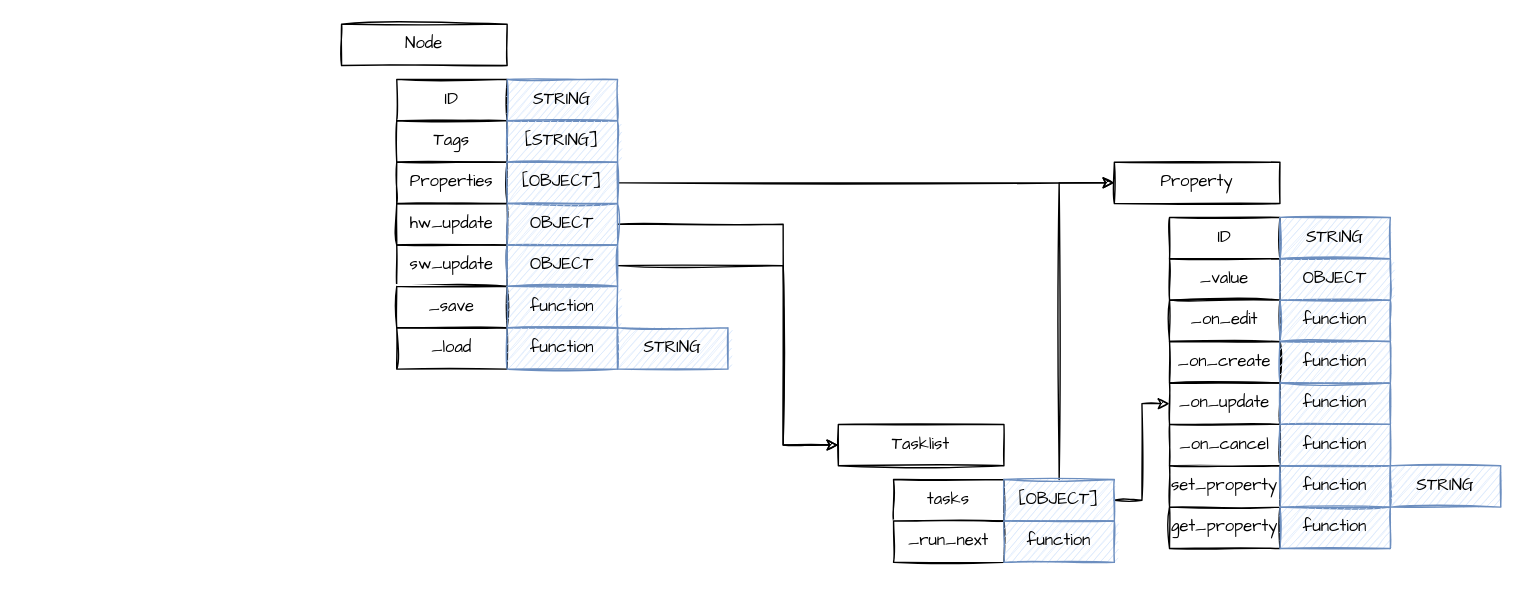
Before: empire/Untitled Diagram.drawio in empire-ai/EmpireNode, a draw.io diagram. Source tidied: cells renumbered, new cells numbered last; positions are measured from the earlier drawing's top-left corner, leaving out a move shared by most shapes. Both pictures are drawn from the tidied source at 138%, with x=0, y=0 at pixel (341, 23).
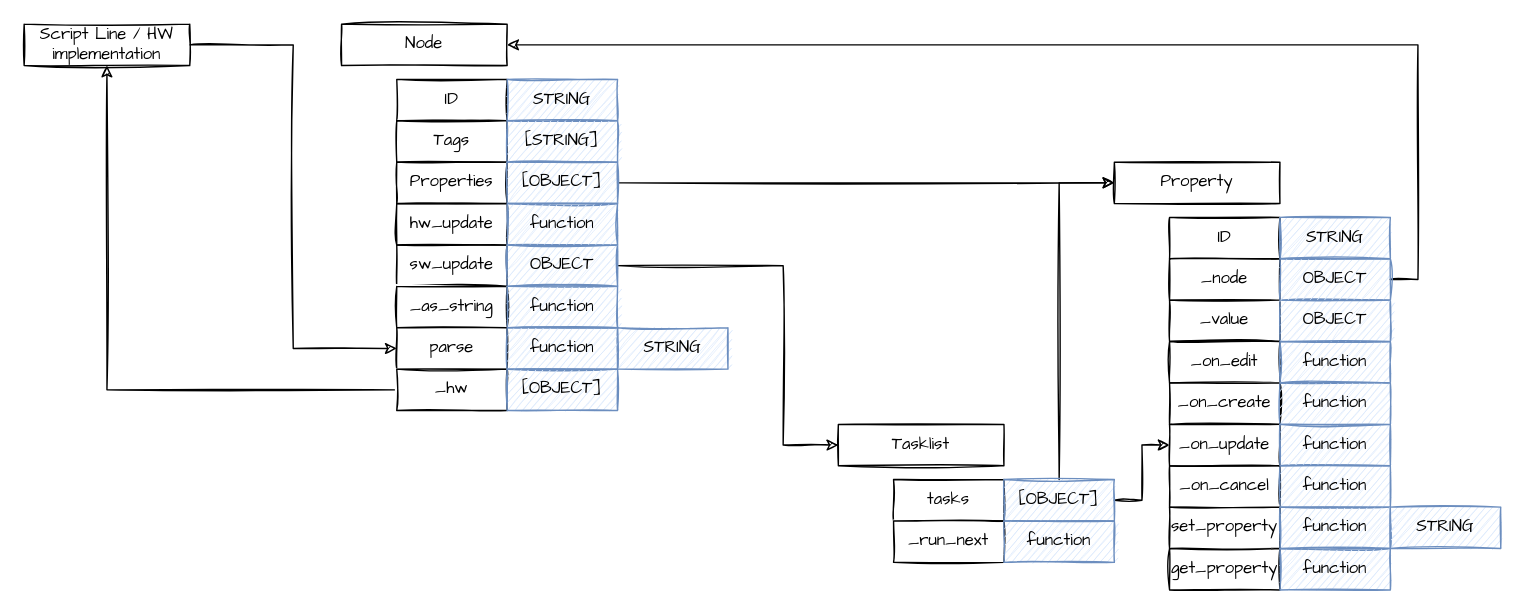
The same diagram, later.

The change refers to these unchanged cells:
```xml
<mxCell id="2" value="Node" style="rounded=0;whiteSpace=wrap;html=1;sketch=1;fontFamily=Architects Daughter;" parent="1" vertex="1">
  <mxGeometry width="120" height="30" as="geometry" />
</mxCell>
<mxCell id="32" value="Tasklist" style="rounded=0;whiteSpace=wrap;html=1;sketch=1;fontFamily=Architects Daughter;" parent="1" vertex="1">
  <mxGeometry x="360" y="290" width="120" height="30" as="geometry" />
</mxCell>
```

What changed in the source:
```diff
@@
     <mxCell id="12" value="_value" style="rounded=0;whiteSpace=wrap;html=1;sketch=1;fontFamily=Architects Daughter;" parent="1" vertex="1">
-      <mxGeometry x="600" y="170" width="80" height="30" as="geometry" />
+      <mxGeometry x="600" y="200" width="80" height="30" as="geometry" />
     </mxCell>
@@
     <mxCell id="14" value="OBJECT" style="rounded=0;whiteSpace=wrap;html=1;sketch=1;fontFamily=Architects Daughter;fillColor=#dae8fc;strokeColor=#6c8ebf;" parent="1" vertex="1">
-      <mxGeometry x="680" y="170" width="80" height="30" as="geometry" />
+      <mxGeometry x="680" y="200" width="80" height="30" as="geometry" />
     </mxCell>
     <mxCell id="15" value="_on_edit" style="rounded=0;whiteSpace=wrap;html=1;sketch=1;fontFamily=Architects Daughter;" parent="1" vertex="1">
-      <mxGeometry x="600" y="200" width="80" height="30" as="geometry" />
+      <mxGeometry x="600" y="230" width="80" height="30" as="geometry" />
     </mxCell>
     <mxCell id="16" value="function" style="rounded=0;whiteSpace=wrap;html=1;sketch=1;fontFamily=Architects Daughter;fillColor=#dae8fc;strokeColor=#6c8ebf;" parent="1" vertex="1">
-      <mxGeometry x="680" y="200" width="80" height="30" as="geometry" />
+      <mxGeometry x="680" y="230" width="80" height="30" as="geometry" />
     </mxCell>
     <mxCell id="17" value="_on_create" style="rounded=0;whiteSpace=wrap;html=1;sketch=1;fontFamily=Architects Daughter;" parent="1" vertex="1">
-      <mxGeometry x="600" y="230" width="80" height="30" as="geometry" />
+      <mxGeometry x="600" y="260" width="80" height="30" as="geometry" />
     </mxCell>
     <mxCell id="18" value="function" style="rounded=0;whiteSpace=wrap;html=1;sketch=1;fontFamily=Architects Daughter;fillColor=#dae8fc;strokeColor=#6c8ebf;" parent="1" vertex="1">
-      <mxGeometry x="680" y="230" width="80" height="30" as="geometry" />
+      <mxGeometry x="680" y="260" width="80" height="30" as="geometry" />
     </mxCell>
     <mxCell id="19" value="_on_cancel" style="rounded=0;whiteSpace=wrap;html=1;sketch=1;fontFamily=Architects Daughter;" parent="1" vertex="1">
-      <mxGeometry x="600" y="290" width="80" height="30" as="geometry" />
+      <mxGeometry x="600" y="320" width="80" height="30" as="geometry" />
     </mxCell>
     <mxCell id="20" value="function" style="rounded=0;whiteSpace=wrap;html=1;sketch=1;fontFamily=Architects Daughter;fillColor=#dae8fc;strokeColor=#6c8ebf;" parent="1" vertex="1">
-      <mxGeometry x="680" y="290" width="80" height="30" as="geometry" />
+      <mxGeometry x="680" y="320" width="80" height="30" as="geometry" />
     </mxCell>
     <mxCell id="21" value="set_property" style="rounded=0;whiteSpace=wrap;html=1;sketch=1;fontFamily=Architects Daughter;" parent="1" vertex="1">
-      <mxGeometry x="600" y="320" width="80" height="30" as="geometry" />
+      <mxGeometry x="600" y="350" width="80" height="30" as="geometry" />
     </mxCell>
     <mxCell id="22" value="function" style="rounded=0;whiteSpace=wrap;html=1;sketch=1;fontFamily=Architects Daughter;fillColor=#dae8fc;strokeColor=#6c8ebf;" parent="1" vertex="1">
-      <mxGeometry x="680" y="320" width="80" height="30" as="geometry" />
+      <mxGeometry x="680" y="350" width="80" height="30" as="geometry" />
     </mxCell>
     <mxCell id="23" value="STRING" style="rounded=0;whiteSpace=wrap;html=1;sketch=1;fontFamily=Architects Daughter;fillColor=#dae8fc;strokeColor=#6c8ebf;" parent="1" vertex="1">
-      <mxGeometry x="760" y="320" width="80" height="30" as="geometry" />
+      <mxGeometry x="760" y="350" width="80" height="30" as="geometry" />
     </mxCell>
     <mxCell id="24" value="get_property" style="rounded=0;whiteSpace=wrap;html=1;sketch=1;fontFamily=Architects Daughter;" parent="1" vertex="1">
-      <mxGeometry x="600" y="350" width="80" height="30" as="geometry" />
+      <mxGeometry x="600" y="380" width="80" height="30" as="geometry" />
     </mxCell>
     <mxCell id="25" value="function" style="rounded=0;whiteSpace=wrap;html=1;sketch=1;fontFamily=Architects Daughter;fillColor=#dae8fc;strokeColor=#6c8ebf;" parent="1" vertex="1">
-      <mxGeometry x="680" y="350" width="80" height="30" as="geometry" />
+      <mxGeometry x="680" y="380" width="80" height="30" as="geometry" />
     </mxCell>
@@
-    <mxCell id="28" style="edgeStyle=orthogonalEdgeStyle;rounded=0;sketch=1;jettySize=auto;html=1;entryX=0;entryY=0.5;entryDx=0;entryDy=0;exitX=1;exitY=0.5;exitDx=0;exitDy=0;" parent="1" edge="1" source="38" target="32">
-      <mxGeometry relative="1" as="geometry">
-        <Array as="points">
-          <mxPoint x="320" y="145" />
-          <mxPoint x="320" y="305" />
-        </Array>
-      </mxGeometry>
-    </mxCell>
@@
     <mxCell id="30" value="_on_update" style="rounded=0;whiteSpace=wrap;html=1;sketch=1;fontFamily=Architects Daughter;" parent="1" vertex="1">
-      <mxGeometry x="600" y="260" width="80" height="30" as="geometry" />
+      <mxGeometry x="600" y="290" width="80" height="30" as="geometry" />
     </mxCell>
     <mxCell id="31" value="function" style="rounded=0;whiteSpace=wrap;html=1;sketch=1;fontFamily=Architects Daughter;fillColor=#dae8fc;strokeColor=#6c8ebf;" parent="1" vertex="1">
-      <mxGeometry x="680" y="260" width="80" height="30" as="geometry" />
+      <mxGeometry x="680" y="290" width="80" height="30" as="geometry" />
     </mxCell>
@@
-    <mxCell id="38" value="OBJECT" style="rounded=0;whiteSpace=wrap;html=1;sketch=1;fontFamily=Architects Daughter;fillColor=#dae8fc;strokeColor=#6c8ebf;" parent="1" vertex="1">
-      <mxGeometry x="120" y="130" width="80" height="30" as="geometry" />
-    </mxCell>
@@
-    <mxCell id="41" value="_save" style="rounded=0;whiteSpace=wrap;html=1;sketch=1;fontFamily=Architects Daughter;" parent="1" vertex="1">
+    <mxCell id="41" value="_as_string" style="rounded=0;whiteSpace=wrap;html=1;sketch=1;fontFamily=Architects Daughter;" parent="1" vertex="1">
       <mxGeometry x="40" y="190" width="80" height="30" as="geometry" />
     </mxCell>
-    <mxCell id="42" value="_load" style="rounded=0;whiteSpace=wrap;html=1;sketch=1;fontFamily=Architects Daughter;" parent="1" vertex="1">
-      <mxGeometry x="40" y="220" width="80" height="30" as="geometry" />
-    </mxCell>
@@
+    <mxCell id="46" value="function" style="rounded=0;whiteSpace=wrap;html=1;sketch=1;fontFamily=Architects Daughter;fillColor=#dae8fc;strokeColor=#6c8ebf;" parent="1" vertex="1">
+      <mxGeometry x="120" y="130" width="80" height="30" as="geometry" />
+    </mxCell>
+    <mxCell id="47" value="parse" style="rounded=0;whiteSpace=wrap;html=1;sketch=1;fontFamily=Architects Daughter;" parent="1" vertex="1">
+      <mxGeometry x="40" y="220" width="80" height="30" as="geometry" />
+    </mxCell>
+    <mxCell id="45" value="STRING" style="rounded=0;whiteSpace=wrap;html=1;sketch=1;fontFamily=Architects Daughter;fillColor=#dae8fc;strokeColor=#6c8ebf;" parent="1" vertex="1">
+      <mxGeometry x="200" y="220" width="80" height="30" as="geometry" />
+    </mxCell>
+    <mxCell id="48" style="edgeStyle=orthogonalEdgeStyle;rounded=0;sketch=1;jettySize=auto;html=1;entryX=0;entryY=0.5;entryDx=0;entryDy=0;" parent="1" edge="1" source="49" target="47">
+      <mxGeometry relative="1" as="geometry" />
+    </mxCell>
+    <mxCell id="49" value="Script Line / HW implementation" style="rounded=0;whiteSpace=wrap;html=1;sketch=1;fontFamily=Architects Daughter;" parent="1" vertex="1">
+      <mxGeometry x="-230" width="120" height="30" as="geometry" />
+    </mxCell>
+    <mxCell id="50" style="edgeStyle=orthogonalEdgeStyle;rounded=0;sketch=1;jettySize=auto;html=1;" parent="1" edge="1" source="51" target="49">
+      <mxGeometry relative="1" as="geometry" />
+    </mxCell>
+    <mxCell id="51" value="_hw" style="rounded=0;whiteSpace=wrap;html=1;sketch=1;fontFamily=Architects Daughter;" parent="1" vertex="1">
+      <mxGeometry x="40" y="250" width="80" height="30" as="geometry" />
+    </mxCell>
@@
-    <mxCell id="45" value="STRING" style="rounded=0;whiteSpace=wrap;html=1;sketch=1;fontFamily=Architects Daughter;fillColor=#dae8fc;strokeColor=#6c8ebf;" parent="1" vertex="1">
-      <mxGeometry x="200" y="220" width="80" height="30" as="geometry" />
-    </mxCell>
+    <mxCell id="52" value="[OBJECT]" style="rounded=0;whiteSpace=wrap;html=1;sketch=1;fontFamily=Architects Daughter;fillColor=#dae8fc;strokeColor=#6c8ebf;" parent="1" vertex="1">
+      <mxGeometry x="120" y="250" width="80" height="30" as="geometry" />
+    </mxCell>
+    <mxCell id="53" value="_node" style="rounded=0;whiteSpace=wrap;html=1;sketch=1;fontFamily=Architects Daughter;" parent="1" vertex="1">
+      <mxGeometry x="600" y="170" width="80" height="30" as="geometry" />
+    </mxCell>
+    <mxCell id="54" style="edgeStyle=orthogonalEdgeStyle;rounded=0;sketch=1;jettySize=auto;html=1;entryX=1;entryY=0.5;entryDx=0;entryDy=0;" parent="1" edge="1" source="38" target="2">
+      <mxGeometry relative="1" as="geometry">
+        <Array as="points">
+          <mxPoint x="780" y="185" />
+          <mxPoint x="780" y="15" />
+        </Array>
+      </mxGeometry>
+    </mxCell>
+    <mxCell id="38" value="OBJECT" style="rounded=0;whiteSpace=wrap;html=1;sketch=1;fontFamily=Architects Daughter;fillColor=#dae8fc;strokeColor=#6c8ebf;" parent="1" vertex="1">
+      <mxGeometry x="680" y="170" width="80" height="30" as="geometry" />
+    </mxCell>
```
